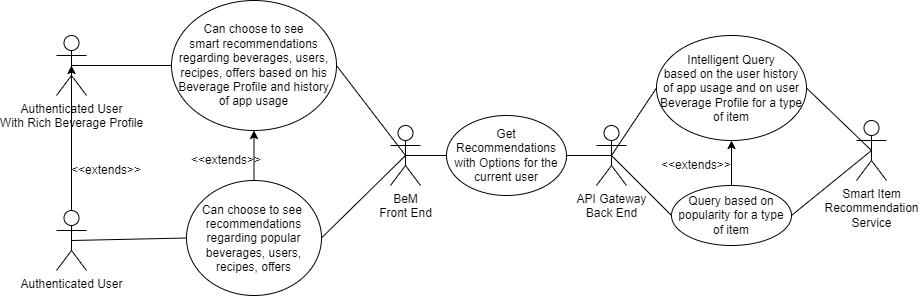
Elaech/Wade-BeM keeps this draw.io diagram as final-deliverables/diagrams/use_case/smart_item_recommendation.png. Above is the earlier version. Source tidied: cells renumbered, new cells last; positions are measured from the earlier drawing's top-left corner, leaving out a move shared by most shapes. Source of this version:
```xml
<mxGraphModel>
  <root>
    <mxCell id="0" />
    <mxCell id="1" parent="0" />
    <mxCell id="2" value="Authenticated User" style="shape=umlActor;verticalLabelPosition=bottom;verticalAlign=top;html=1;outlineConnect=0;" parent="1" vertex="1">
      <mxGeometry y="210" width="30" height="60" as="geometry" />
    </mxCell>
    <mxCell id="3" value="API Gateway&lt;br&gt;Back End" style="shape=umlActor;verticalLabelPosition=bottom;verticalAlign=top;html=1;outlineConnect=0;" parent="1" vertex="1">
      <mxGeometry x="540" y="125" width="30" height="60" as="geometry" />
    </mxCell>
    <mxCell id="4" value="BeM&lt;br&gt;Front End" style="shape=umlActor;verticalLabelPosition=bottom;verticalAlign=top;html=1;outlineConnect=0;" parent="1" vertex="1">
      <mxGeometry x="334" y="125" width="30" height="60" as="geometry" />
    </mxCell>
    <mxCell id="5" value="Smart Item&lt;br&gt;Recommendation&lt;br&gt;Service" style="shape=umlActor;verticalLabelPosition=bottom;verticalAlign=top;html=1;outlineConnect=0;" parent="1" vertex="1">
      <mxGeometry x="800" y="120" width="30" height="60" as="geometry" />
    </mxCell>
    <mxCell id="6" style="endArrow=none;html=1;rounded=0;strokeColor=default;exitX=0.5;exitY=0.5;exitDx=0;exitDy=0;exitPerimeter=0;entryX=0;entryY=0.5;entryDx=0;entryDy=0;" parent="1" edge="1" source="2" target="24">
      <mxGeometry relative="1" as="geometry" />
    </mxCell>
    <mxCell id="7" style="endArrow=none;html=1;rounded=0;strokeColor=default;entryX=1;entryY=0.5;entryDx=0;entryDy=0;exitX=0.5;exitY=0.5;exitDx=0;exitDy=0;exitPerimeter=0;" parent="1" edge="1" source="4" target="24">
      <mxGeometry relative="1" as="geometry" />
    </mxCell>
    <mxCell id="8" value="Authenticated User&lt;br&gt;With Rich Beverage Profile" style="shape=umlActor;verticalLabelPosition=bottom;verticalAlign=top;html=1;outlineConnect=0;" parent="1" vertex="1">
      <mxGeometry y="35" width="30" height="60" as="geometry" />
    </mxCell>
    <mxCell id="9" style="endArrow=classic;html=1;rounded=0;exitX=0.5;exitY=0;exitDx=0;exitDy=0;exitPerimeter=0;entryX=0.5;entryY=0.5;entryDx=0;entryDy=0;entryPerimeter=0;" parent="1" edge="1" source="2" target="8">
      <mxGeometry relative="1" as="geometry" />
    </mxCell>
    <mxCell id="10" value="&amp;lt;&amp;lt;extends&amp;gt;&amp;gt;" style="text;html=1;strokeColor=none;fillColor=none;align=center;verticalAlign=middle;whiteSpace=wrap;rounded=0;" parent="1" vertex="1">
      <mxGeometry x="10" y="155" width="80" height="30" as="geometry" />
    </mxCell>
    <mxCell id="11" value="Can choose to see&lt;br&gt;&amp;nbsp;smart recommendations&amp;nbsp; regarding beverages, users, recipes, offers based on his Beverage Profile and history of app usage" style="ellipse;whiteSpace=wrap;html=1;" parent="1" vertex="1">
      <mxGeometry x="115" width="165" height="130" as="geometry" />
    </mxCell>
    <mxCell id="12" style="endArrow=classic;html=1;rounded=0;entryX=0.5;entryY=1;entryDx=0;entryDy=0;exitX=0.5;exitY=0;exitDx=0;exitDy=0;" parent="1" edge="1" source="24" target="11">
      <mxGeometry relative="1" as="geometry" />
    </mxCell>
    <mxCell id="13" value="&amp;lt;&amp;lt;extends&amp;gt;&amp;gt;" style="text;html=1;strokeColor=none;fillColor=none;align=center;verticalAlign=middle;whiteSpace=wrap;rounded=0;" parent="1" vertex="1">
      <mxGeometry x="130" y="145" width="80" height="30" as="geometry" />
    </mxCell>
    <mxCell id="14" style="endArrow=none;html=1;rounded=0;exitX=0;exitY=0.5;exitDx=0;exitDy=0;entryX=0.5;entryY=0.5;entryDx=0;entryDy=0;entryPerimeter=0;" parent="1" edge="1" source="11" target="8">
      <mxGeometry relative="1" as="geometry" />
    </mxCell>
    <mxCell id="15" style="endArrow=none;html=1;rounded=0;strokeColor=default;entryX=1;entryY=0.5;entryDx=0;entryDy=0;exitX=0.5;exitY=0.5;exitDx=0;exitDy=0;exitPerimeter=0;" parent="1" edge="1" source="4" target="11">
      <mxGeometry relative="1" as="geometry" />
    </mxCell>
    <mxCell id="16" value="Query based on popularity for a type of item" style="ellipse;whiteSpace=wrap;html=1;" parent="1" vertex="1">
      <mxGeometry x="615" y="185" width="120" height="60" as="geometry" />
    </mxCell>
    <mxCell id="17" style="endArrow=none;html=1;rounded=0;exitX=0.5;exitY=0.5;exitDx=0;exitDy=0;entryX=0;entryY=0.5;entryDx=0;entryDy=0;exitPerimeter=0;" parent="1" edge="1" source="3" target="16">
      <mxGeometry relative="1" as="geometry" />
    </mxCell>
    <mxCell id="18" style="endArrow=none;html=1;rounded=0;exitX=0.5;exitY=0.5;exitDx=0;exitDy=0;exitPerimeter=0;entryX=0;entryY=0.5;entryDx=0;entryDy=0;" parent="1" edge="1" source="3" target="19">
      <mxGeometry relative="1" as="geometry" />
    </mxCell>
    <mxCell id="19" value="Intelligent Query&lt;br&gt;based on the user history of app usage and on user Beverage Profile for a type of item" style="ellipse;whiteSpace=wrap;html=1;" parent="1" vertex="1">
      <mxGeometry x="600" y="35" width="150" height="105" as="geometry" />
    </mxCell>
    <mxCell id="20" style="endArrow=none;html=1;rounded=0;exitX=0.5;exitY=0.5;exitDx=0;exitDy=0;exitPerimeter=0;entryX=1;entryY=0.5;entryDx=0;entryDy=0;" parent="1" edge="1" source="5" target="19">
      <mxGeometry relative="1" as="geometry" />
    </mxCell>
    <mxCell id="21" style="endArrow=none;html=1;rounded=0;exitX=1;exitY=0.5;exitDx=0;exitDy=0;entryX=0.5;entryY=0.5;entryDx=0;entryDy=0;entryPerimeter=0;" parent="1" edge="1" source="16" target="5">
      <mxGeometry relative="1" as="geometry" />
    </mxCell>
    <mxCell id="22" style="endArrow=classic;html=1;rounded=0;exitX=0.5;exitY=0;exitDx=0;exitDy=0;entryX=0.5;entryY=1;entryDx=0;entryDy=0;" parent="1" edge="1" source="16" target="19">
      <mxGeometry relative="1" as="geometry" />
    </mxCell>
    <mxCell id="23" value="&amp;lt;&amp;lt;extends&amp;gt;&amp;gt;" style="text;html=1;strokeColor=none;fillColor=none;align=center;verticalAlign=middle;whiteSpace=wrap;rounded=0;" parent="1" vertex="1">
      <mxGeometry x="600" y="150" width="80" height="30" as="geometry" />
    </mxCell>
    <mxCell id="24" value="Can choose to see&amp;nbsp; recommendations regarding popular beverages, users, recipes, offers" style="ellipse;whiteSpace=wrap;html=1;" parent="1" vertex="1">
      <mxGeometry x="130" y="180" width="135" height="115" as="geometry" />
    </mxCell>
    <mxCell id="25" value="Get Recommendations&lt;br&gt;with Options for the current user" style="ellipse;whiteSpace=wrap;html=1;" parent="1" vertex="1">
      <mxGeometry x="390" y="115" width="120" height="80" as="geometry" />
    </mxCell>
    <mxCell id="26" style="endArrow=none;html=1;rounded=0;exitX=0;exitY=0.5;exitDx=0;exitDy=0;entryX=0.5;entryY=0.5;entryDx=0;entryDy=0;entryPerimeter=0;" parent="1" edge="1" source="25" target="4">
      <mxGeometry relative="1" as="geometry" />
    </mxCell>
    <mxCell id="27" style="endArrow=none;html=1;rounded=0;exitX=0.5;exitY=0.5;exitDx=0;exitDy=0;exitPerimeter=0;entryX=1;entryY=0.5;entryDx=0;entryDy=0;" parent="1" edge="1" source="3" target="25">
      <mxGeometry relative="1" as="geometry" />
    </mxCell>
  </root>
</mxGraphModel>
```
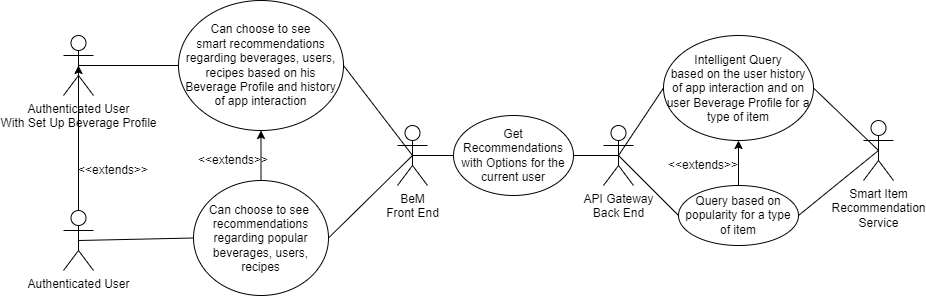
Above is the later version.

What changed in the source:
```diff
@@ -20,7 +20,7 @@
     <mxCell id="7" style="endArrow=none;html=1;rounded=0;strokeColor=default;entryX=1;entryY=0.5;entryDx=0;entryDy=0;exitX=0.5;exitY=0.5;exitDx=0;exitDy=0;exitPerimeter=0;" parent="1" edge="1" source="4" target="24">
       <mxGeometry relative="1" as="geometry" />
     </mxCell>
-    <mxCell id="8" value="Authenticated User&lt;br&gt;With Rich Beverage Profile" style="shape=umlActor;verticalLabelPosition=bottom;verticalAlign=top;html=1;outlineConnect=0;" parent="1" vertex="1">
+    <mxCell id="8" value="Authenticated User&lt;br&gt;With Set Up Beverage Profile" style="shape=umlActor;verticalLabelPosition=bottom;verticalAlign=top;html=1;outlineConnect=0;" parent="1" vertex="1">
       <mxGeometry y="35" width="30" height="60" as="geometry" />
     </mxCell>
     <mxCell id="9" style="endArrow=classic;html=1;rounded=0;exitX=0.5;exitY=0;exitDx=0;exitDy=0;exitPerimeter=0;entryX=0.5;entryY=0.5;entryDx=0;entryDy=0;entryPerimeter=0;" parent="1" edge="1" source="2" target="8">
@@ -29,7 +29,7 @@
     <mxCell id="10" value="&amp;lt;&amp;lt;extends&amp;gt;&amp;gt;" style="text;html=1;strokeColor=none;fillColor=none;align=center;verticalAlign=middle;whiteSpace=wrap;rounded=0;" parent="1" vertex="1">
       <mxGeometry x="10" y="155" width="80" height="30" as="geometry" />
     </mxCell>
-    <mxCell id="11" value="Can choose to see&lt;br&gt;&amp;nbsp;smart recommendations&amp;nbsp; regarding beverages, users, recipes, offers based on his Beverage Profile and history of app usage" style="ellipse;whiteSpace=wrap;html=1;" parent="1" vertex="1">
+    <mxCell id="11" value="Can choose to see&lt;br&gt;&amp;nbsp;smart recommendations&amp;nbsp; regarding beverages, users, recipes based on his Beverage Profile and history of app interaction" style="ellipse;whiteSpace=wrap;html=1;" parent="1" vertex="1">
       <mxGeometry x="115" width="165" height="130" as="geometry" />
     </mxCell>
     <mxCell id="12" style="endArrow=classic;html=1;rounded=0;entryX=0.5;entryY=1;entryDx=0;entryDy=0;exitX=0.5;exitY=0;exitDx=0;exitDy=0;" parent="1" edge="1" source="24" target="11">
@@ -53,7 +53,7 @@
     <mxCell id="18" style="endArrow=none;html=1;rounded=0;exitX=0.5;exitY=0.5;exitDx=0;exitDy=0;exitPerimeter=0;entryX=0;entryY=0.5;entryDx=0;entryDy=0;" parent="1" edge="1" source="3" target="19">
       <mxGeometry relative="1" as="geometry" />
     </mxCell>
-    <mxCell id="19" value="Intelligent Query&lt;br&gt;based on the user history of app usage and on user Beverage Profile for a type of item" style="ellipse;whiteSpace=wrap;html=1;" parent="1" vertex="1">
+    <mxCell id="19" value="Intelligent Query&lt;br&gt;based on the user history of app interaction and on user Beverage Profile for a type of item" style="ellipse;whiteSpace=wrap;html=1;" parent="1" vertex="1">
       <mxGeometry x="600" y="35" width="150" height="105" as="geometry" />
     </mxCell>
     <mxCell id="20" style="endArrow=none;html=1;rounded=0;exitX=0.5;exitY=0.5;exitDx=0;exitDy=0;exitPerimeter=0;entryX=1;entryY=0.5;entryDx=0;entryDy=0;" parent="1" edge="1" source="5" target="19">
@@ -68,7 +68,7 @@
     <mxCell id="23" value="&amp;lt;&amp;lt;extends&amp;gt;&amp;gt;" style="text;html=1;strokeColor=none;fillColor=none;align=center;verticalAlign=middle;whiteSpace=wrap;rounded=0;" parent="1" vertex="1">
       <mxGeometry x="600" y="150" width="80" height="30" as="geometry" />
     </mxCell>
-    <mxCell id="24" value="Can choose to see&amp;nbsp; recommendations regarding popular beverages, users, recipes, offers" style="ellipse;whiteSpace=wrap;html=1;" parent="1" vertex="1">
+    <mxCell id="24" value="Can choose to see&amp;nbsp; recommendations regarding popular beverages, users, recipes" style="ellipse;whiteSpace=wrap;html=1;" parent="1" vertex="1">
       <mxGeometry x="130" y="180" width="135" height="115" as="geometry" />
     </mxCell>
     <mxCell id="25" value="Get Recommendations&lt;br&gt;with Options for the current user" style="ellipse;whiteSpace=wrap;html=1;" parent="1" vertex="1">
```
